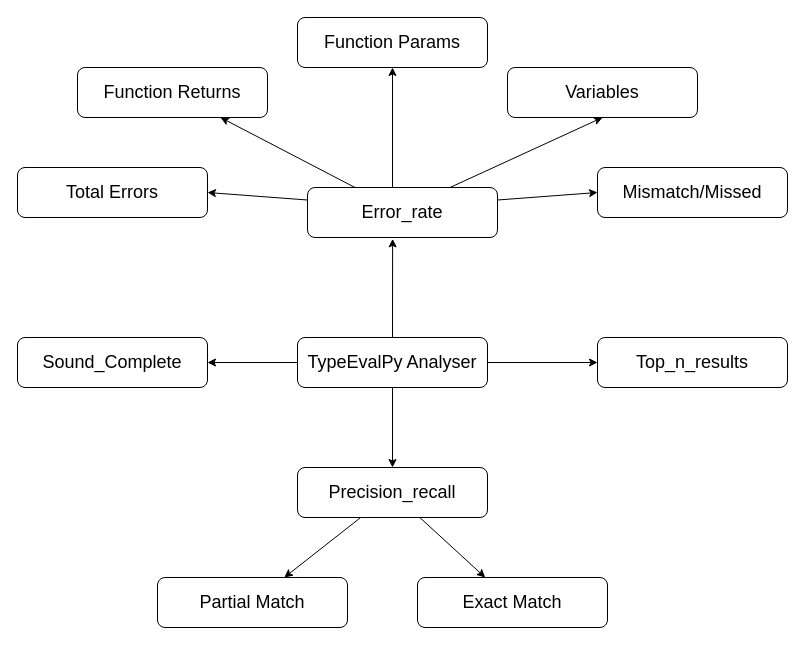
The draw.io diagram page "Analyser" (2 of 3) of docs/design.drawio in secure-software-engineering/TypeEvalPy, before the edit. Source tidied: cells renumbered, new cells numbered last; positions are measured from the earlier drawing's top-left corner, leaving out a move shared by most shapes. Both pictures are drawn from the tidied source at 100%, with x=0, y=0 at pixel (17, 17).
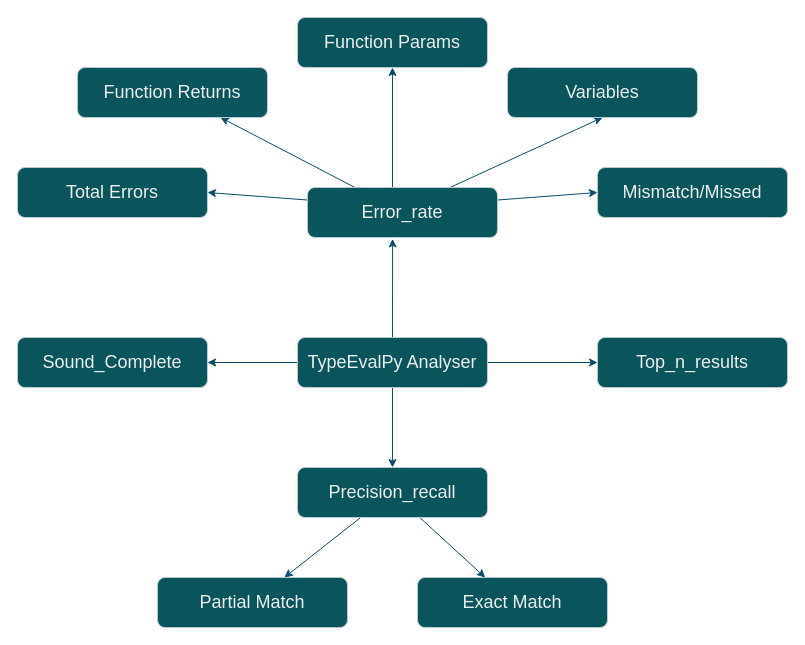
Above is the later version.

Commit message (it also covers changes not shown here):
Results | Type category data for exact match

What changed in the source:
```diff
@@
-    <mxCell id="2" style="edgeStyle=none;html=1;fontSize=18;entryX=1;entryY=0.5;entryDx=0;entryDy=0;exitX=0;exitY=0.25;exitDx=0;exitDy=0;" parent="1" edge="1" source="7" target="18">
+    <mxCell id="2" style="edgeStyle=none;html=1;fontSize=18;entryX=1;entryY=0.5;entryDx=0;entryDy=0;exitX=0;exitY=0.25;exitDx=0;exitDy=0;labelBackgroundColor=none;strokeColor=#0B4D6A;fontColor=default;" parent="1" edge="1" source="7" target="18">
       <mxGeometry relative="1" as="geometry" />
     </mxCell>
-    <mxCell id="3" style="edgeStyle=none;html=1;exitX=0.25;exitY=0;exitDx=0;exitDy=0;fontSize=18;" parent="1" edge="1" source="7" target="19">
+    <mxCell id="3" style="edgeStyle=none;html=1;exitX=0.25;exitY=0;exitDx=0;exitDy=0;fontSize=18;labelBackgroundColor=none;strokeColor=#0B4D6A;fontColor=default;" parent="1" edge="1" source="7" target="19">
       <mxGeometry relative="1" as="geometry" />
     </mxCell>
-    <mxCell id="4" style="edgeStyle=none;html=1;entryX=0.5;entryY=1;entryDx=0;entryDy=0;fontSize=18;" parent="1" edge="1" target="20">
+    <mxCell id="4" style="edgeStyle=none;html=1;entryX=0.5;entryY=1;entryDx=0;entryDy=0;fontSize=18;labelBackgroundColor=none;strokeColor=#0B4D6A;fontColor=default;" parent="1" edge="1" target="20">
       <mxGeometry relative="1" as="geometry">
         <mxPoint x="375" y="170" as="sourcePoint" />
       </mxGeometry>
     </mxCell>
-    <mxCell id="5" style="edgeStyle=none;html=1;exitX=0.75;exitY=0;exitDx=0;exitDy=0;entryX=0.5;entryY=1;entryDx=0;entryDy=0;fontSize=18;" parent="1" edge="1" source="7" target="21">
+    <mxCell id="5" style="edgeStyle=none;html=1;exitX=0.75;exitY=0;exitDx=0;exitDy=0;entryX=0.5;entryY=1;entryDx=0;entryDy=0;fontSize=18;labelBackgroundColor=none;strokeColor=#0B4D6A;fontColor=default;" parent="1" edge="1" source="7" target="21">
       <mxGeometry relative="1" as="geometry" />
     </mxCell>
-    <mxCell id="6" style="edgeStyle=none;html=1;fontSize=18;exitX=1;exitY=0.25;exitDx=0;exitDy=0;entryX=0;entryY=0.5;entryDx=0;entryDy=0;" parent="1" edge="1" source="7" target="22">
+    <mxCell id="6" style="edgeStyle=none;html=1;fontSize=18;exitX=1;exitY=0.25;exitDx=0;exitDy=0;entryX=0;entryY=0.5;entryDx=0;entryDy=0;labelBackgroundColor=none;strokeColor=#0B4D6A;fontColor=default;" parent="1" edge="1" source="7" target="22">
       <mxGeometry relative="1" as="geometry" />
     </mxCell>
-    <mxCell id="7" value="&lt;font style=&quot;font-size: 18px;&quot;&gt;Error_rate&lt;/font&gt;" style="rounded=1;whiteSpace=wrap;html=1;" parent="1" vertex="1">
+    <mxCell id="7" value="&lt;font style=&quot;font-size: 18px;&quot;&gt;Error_rate&lt;/font&gt;" style="rounded=1;whiteSpace=wrap;html=1;labelBackgroundColor=none;fillColor=#09555B;strokeColor=#BAC8D3;fontColor=#EEEEEE;" parent="1" vertex="1">
       <mxGeometry x="290" y="170" width="190" height="50" as="geometry" />
     </mxCell>
-    <mxCell id="8" style="edgeStyle=none;html=1;entryX=0.448;entryY=1.027;entryDx=0;entryDy=0;exitX=0.5;exitY=0;exitDx=0;exitDy=0;entryPerimeter=0;" parent="1" edge="1" source="12" target="7">
+    <mxCell id="8" style="edgeStyle=none;html=1;entryX=0.448;entryY=1.027;entryDx=0;entryDy=0;exitX=0.5;exitY=0;exitDx=0;exitDy=0;entryPerimeter=0;labelBackgroundColor=none;strokeColor=#0B4D6A;fontColor=default;" parent="1" edge="1" source="12" target="7">
       <mxGeometry relative="1" as="geometry" />
     </mxCell>
-    <mxCell id="9" style="edgeStyle=none;html=1;fontSize=18;" parent="1" edge="1" source="12" target="14">
+    <mxCell id="9" style="edgeStyle=none;html=1;fontSize=18;labelBackgroundColor=none;strokeColor=#0B4D6A;fontColor=default;" parent="1" edge="1" source="12" target="14">
       <mxGeometry relative="1" as="geometry" />
     </mxCell>
-    <mxCell id="10" style="edgeStyle=none;html=1;fontSize=18;" parent="1" edge="1" source="12" target="13">
+    <mxCell id="10" style="edgeStyle=none;html=1;fontSize=18;labelBackgroundColor=none;strokeColor=#0B4D6A;fontColor=default;" parent="1" edge="1" source="12" target="13">
       <mxGeometry relative="1" as="geometry" />
     </mxCell>
-    <mxCell id="11" style="edgeStyle=none;html=1;fontSize=18;" parent="1" edge="1" source="12" target="17">
+    <mxCell id="11" style="edgeStyle=none;html=1;fontSize=18;labelBackgroundColor=none;strokeColor=#0B4D6A;fontColor=default;" parent="1" edge="1" source="12" target="17">
       <mxGeometry relative="1" as="geometry" />
     </mxCell>
-    <mxCell id="12" value="&lt;span style=&quot;font-size: 18px;&quot;&gt;TypeEvalPy Analyser&lt;/span&gt;" style="rounded=1;whiteSpace=wrap;html=1;" parent="1" vertex="1">
+    <mxCell id="12" value="&lt;span style=&quot;font-size: 18px;&quot;&gt;TypeEvalPy Analyser&lt;/span&gt;" style="rounded=1;whiteSpace=wrap;html=1;labelBackgroundColor=none;fillColor=#09555B;strokeColor=#BAC8D3;fontColor=#EEEEEE;" parent="1" vertex="1">
       <mxGeometry x="280" y="320" width="190" height="50" as="geometry" />
     </mxCell>
-    <mxCell id="13" value="&lt;font style=&quot;font-size: 18px;&quot;&gt;Sound_Complete&lt;/font&gt;" style="rounded=1;whiteSpace=wrap;html=1;" parent="1" vertex="1">
+    <mxCell id="13" value="&lt;font style=&quot;font-size: 18px;&quot;&gt;Sound_Complete&lt;/font&gt;" style="rounded=1;whiteSpace=wrap;html=1;labelBackgroundColor=none;fillColor=#09555B;strokeColor=#BAC8D3;fontColor=#EEEEEE;" parent="1" vertex="1">
       <mxGeometry y="320" width="190" height="50" as="geometry" />
     </mxCell>
-    <mxCell id="14" value="&lt;font style=&quot;font-size: 18px;&quot;&gt;Top_n_results&lt;/font&gt;" style="rounded=1;whiteSpace=wrap;html=1;" parent="1" vertex="1">
+    <mxCell id="14" value="&lt;font style=&quot;font-size: 18px;&quot;&gt;Top_n_results&lt;/font&gt;" style="rounded=1;whiteSpace=wrap;html=1;labelBackgroundColor=none;fillColor=#09555B;strokeColor=#BAC8D3;fontColor=#EEEEEE;" parent="1" vertex="1">
       <mxGeometry x="580" y="320" width="190" height="50" as="geometry" />
     </mxCell>
-    <mxCell id="15" style="edgeStyle=none;html=1;fontSize=18;" parent="1" edge="1" source="17" target="23">
+    <mxCell id="15" style="edgeStyle=none;html=1;fontSize=18;labelBackgroundColor=none;strokeColor=#0B4D6A;fontColor=default;" parent="1" edge="1" source="17" target="23">
       <mxGeometry relative="1" as="geometry" />
     </mxCell>
-    <mxCell id="16" style="edgeStyle=none;html=1;fontSize=18;" parent="1" edge="1" source="17" target="24">
+    <mxCell id="16" style="edgeStyle=none;html=1;fontSize=18;labelBackgroundColor=none;strokeColor=#0B4D6A;fontColor=default;" parent="1" edge="1" source="17" target="24">
       <mxGeometry relative="1" as="geometry" />
     </mxCell>
-    <mxCell id="17" value="&lt;font style=&quot;font-size: 18px;&quot;&gt;Precision_recall&lt;/font&gt;" style="rounded=1;whiteSpace=wrap;html=1;" parent="1" vertex="1">
+    <mxCell id="17" value="&lt;font style=&quot;font-size: 18px;&quot;&gt;Precision_recall&lt;/font&gt;" style="rounded=1;whiteSpace=wrap;html=1;labelBackgroundColor=none;fillColor=#09555B;strokeColor=#BAC8D3;fontColor=#EEEEEE;" parent="1" vertex="1">
       <mxGeometry x="280" y="450" width="190" height="50" as="geometry" />
     </mxCell>
-    <mxCell id="18" value="&lt;font style=&quot;font-size: 18px;&quot;&gt;Total Errors&lt;/font&gt;" style="rounded=1;whiteSpace=wrap;html=1;" parent="1" vertex="1">
+    <mxCell id="18" value="&lt;font style=&quot;font-size: 18px;&quot;&gt;Total Errors&lt;/font&gt;" style="rounded=1;whiteSpace=wrap;html=1;labelBackgroundColor=none;fillColor=#09555B;strokeColor=#BAC8D3;fontColor=#EEEEEE;" parent="1" vertex="1">
       <mxGeometry y="150" width="190" height="50" as="geometry" />
     </mxCell>
-    <mxCell id="19" value="&lt;font style=&quot;font-size: 18px;&quot;&gt;Function Returns&lt;/font&gt;" style="rounded=1;whiteSpace=wrap;html=1;" parent="1" vertex="1">
+    <mxCell id="19" value="&lt;font style=&quot;font-size: 18px;&quot;&gt;Function Returns&lt;/font&gt;" style="rounded=1;whiteSpace=wrap;html=1;labelBackgroundColor=none;fillColor=#09555B;strokeColor=#BAC8D3;fontColor=#EEEEEE;" parent="1" vertex="1">
       <mxGeometry x="60" y="50" width="190" height="50" as="geometry" />
     </mxCell>
-    <mxCell id="20" value="&lt;font style=&quot;font-size: 18px;&quot;&gt;Function Params&lt;/font&gt;" style="rounded=1;whiteSpace=wrap;html=1;" parent="1" vertex="1">
+    <mxCell id="20" value="&lt;font style=&quot;font-size: 18px;&quot;&gt;Function Params&lt;/font&gt;" style="rounded=1;whiteSpace=wrap;html=1;labelBackgroundColor=none;fillColor=#09555B;strokeColor=#BAC8D3;fontColor=#EEEEEE;" parent="1" vertex="1">
       <mxGeometry x="280" width="190" height="50" as="geometry" />
     </mxCell>
-    <mxCell id="21" value="&lt;font style=&quot;font-size: 18px;&quot;&gt;Variables&lt;/font&gt;" style="rounded=1;whiteSpace=wrap;html=1;" parent="1" vertex="1">
+    <mxCell id="21" value="&lt;font style=&quot;font-size: 18px;&quot;&gt;Variables&lt;/font&gt;" style="rounded=1;whiteSpace=wrap;html=1;labelBackgroundColor=none;fillColor=#09555B;strokeColor=#BAC8D3;fontColor=#EEEEEE;" parent="1" vertex="1">
       <mxGeometry x="490" y="50" width="190" height="50" as="geometry" />
     </mxCell>
-    <mxCell id="22" value="&lt;font style=&quot;font-size: 18px;&quot;&gt;Mismatch/Missed&lt;/font&gt;" style="rounded=1;whiteSpace=wrap;html=1;" parent="1" vertex="1">
+    <mxCell id="22" value="&lt;font style=&quot;font-size: 18px;&quot;&gt;Mismatch/Missed&lt;/font&gt;" style="rounded=1;whiteSpace=wrap;html=1;labelBackgroundColor=none;fillColor=#09555B;strokeColor=#BAC8D3;fontColor=#EEEEEE;" parent="1" vertex="1">
       <mxGeometry x="580" y="150" width="190" height="50" as="geometry" />
     </mxCell>
-    <mxCell id="23" value="&lt;font style=&quot;font-size: 18px;&quot;&gt;Exact Match&lt;/font&gt;" style="rounded=1;whiteSpace=wrap;html=1;" parent="1" vertex="1">
+    <mxCell id="23" value="&lt;font style=&quot;font-size: 18px;&quot;&gt;Exact Match&lt;/font&gt;" style="rounded=1;whiteSpace=wrap;html=1;labelBackgroundColor=none;fillColor=#09555B;strokeColor=#BAC8D3;fontColor=#EEEEEE;" parent="1" vertex="1">
       <mxGeometry x="400" y="560" width="190" height="50" as="geometry" />
     </mxCell>
-    <mxCell id="24" value="&lt;font style=&quot;font-size: 18px;&quot;&gt;Partial Match&lt;/font&gt;" style="rounded=1;whiteSpace=wrap;html=1;" parent="1" vertex="1">
+    <mxCell id="24" value="&lt;font style=&quot;font-size: 18px;&quot;&gt;Partial Match&lt;/font&gt;" style="rounded=1;whiteSpace=wrap;html=1;labelBackgroundColor=none;fillColor=#09555B;strokeColor=#BAC8D3;fontColor=#EEEEEE;" parent="1" vertex="1">
       <mxGeometry x="140" y="560" width="190" height="50" as="geometry" />
     </mxCell>
```
